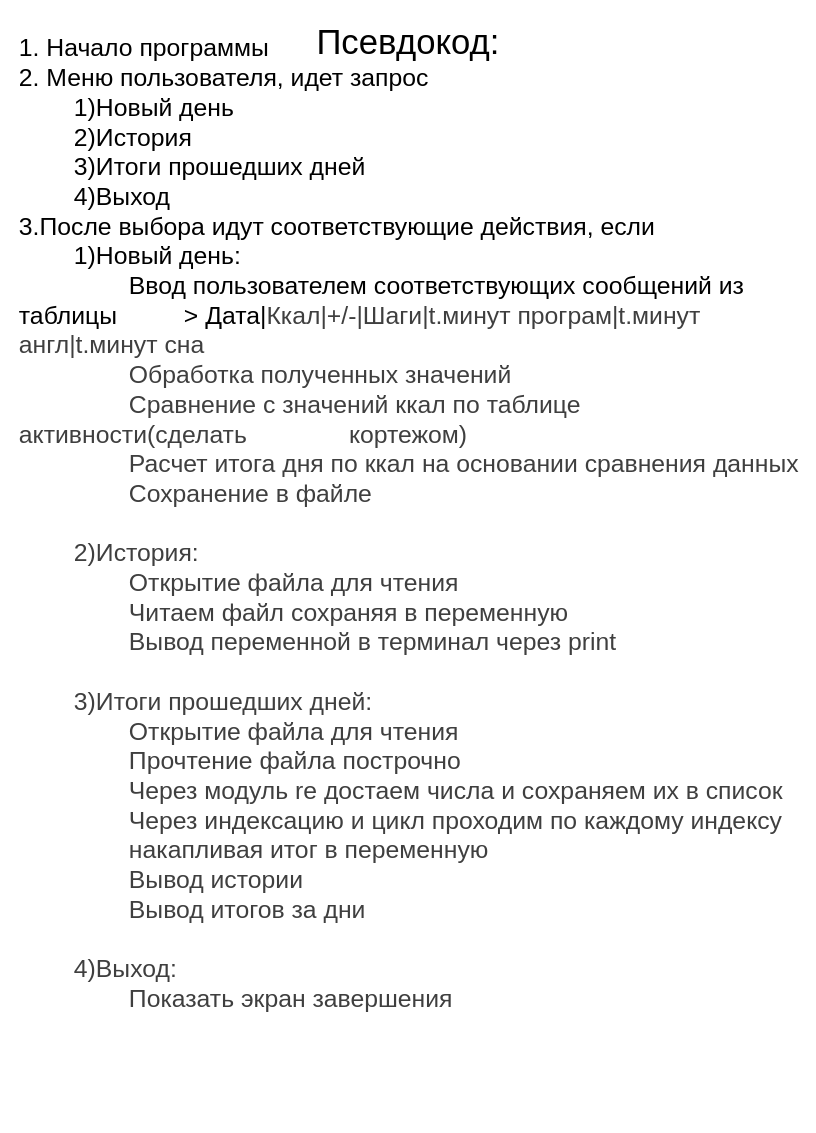
Before: deep_work/Project/Pet_project/Трекер моих привычек/Схемы.drawio in xkanistra/-, a draw.io diagram. Source tidied: cells renumbered, new cells numbered last; positions are measured from the earlier drawing's top-left corner, leaving out a move shared by most shapes. Both pictures are drawn from the tidied source at 99%, with x=0, y=0 at pixel (17, 22).
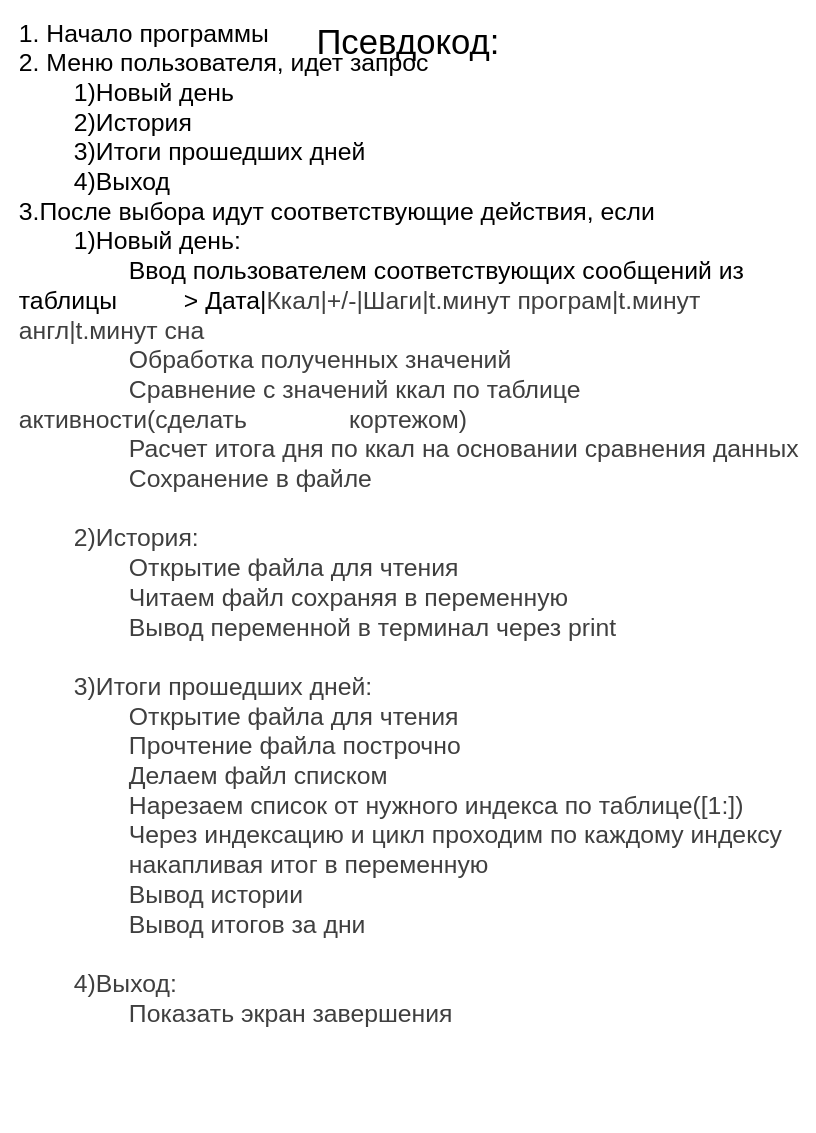
The same page after the edit.

Change to the diagram source:
```diff
@@
 <mxGraphModel>
   <root>
     <mxCell id="0" />
     <mxCell id="1" parent="0" />
     <mxCell id="2" value="&lt;font style=&quot;font-size: 35px;&quot;&gt;Псевдокод:&lt;/font&gt;" style="text;strokeColor=none;align=center;fillColor=none;html=1;verticalAlign=middle;whiteSpace=wrap;rounded=0;" parent="1" vertex="1">
       <mxGeometry width="790" height="40" as="geometry" />
     </mxCell>
-    <mxCell id="3" value="&lt;font style=&quot;font-size: 25px;&quot;&gt;1. Начало программы&lt;/font&gt;&lt;div&gt;&lt;font style=&quot;font-size: 25px;&quot;&gt;2. Меню пользователя, идет запрос&lt;/font&gt;&lt;/div&gt;&lt;div&gt;&lt;font style=&quot;font-size: 25px;&quot;&gt;&lt;span style=&quot;white-space: pre;&quot;&gt;&#9;&lt;/span&gt;1)Новый день&lt;/font&gt;&lt;/div&gt;&lt;div&gt;&lt;font style=&quot;font-size: 25px;&quot;&gt;&lt;span style=&quot;white-space: pre;&quot;&gt;&#9;&lt;/span&gt;2)История&lt;br&gt;&lt;/font&gt;&lt;/div&gt;&lt;div&gt;&lt;font style=&quot;font-size: 25px;&quot;&gt;&lt;span style=&quot;white-space: pre;&quot;&gt;&#9;&lt;/span&gt;3)Итоги прошедших дней&lt;br&gt;&lt;/font&gt;&lt;/div&gt;&lt;div&gt;&lt;font style=&quot;font-size: 25px;&quot;&gt;&lt;span style=&quot;white-space: pre;&quot;&gt;&#9;&lt;/span&gt;4)Выход&lt;br&gt;&lt;/font&gt;&lt;/div&gt;&lt;div&gt;&lt;font style=&quot;font-size: 25px;&quot;&gt;3.После выбора идут соответствующие действия, если&lt;/font&gt;&lt;/div&gt;&lt;div&gt;&lt;font style=&quot;font-size: 25px;&quot;&gt;&lt;span style=&quot;white-space: pre;&quot;&gt;&#9;&lt;/span&gt;1)Новый день:&lt;br&gt;&lt;/font&gt;&lt;/div&gt;&lt;div&gt;&lt;font style=&quot;font-size: 25px;&quot;&gt;&lt;span style=&quot;white-space: pre;&quot;&gt;&#9;&lt;/span&gt;&lt;span style=&quot;white-space: pre;&quot;&gt;&#9;&lt;/span&gt;Ввод пользователем соответствующих сообщений из таблицы&amp;nbsp; &amp;nbsp; &amp;nbsp; &amp;nbsp;&lt;span style=&quot;white-space: pre;&quot;&gt;&#9;&lt;/span&gt;&amp;gt; Дата|&lt;/font&gt;&lt;span style=&quot;color: rgb(63, 63, 63); font-size: 25px; background-color: transparent;&quot;&gt;Ккал|+/-|Шаги|t.минут програм|t.минут англ|t.минут сна&lt;/span&gt;&lt;/div&gt;&lt;div&gt;&lt;span style=&quot;color: rgb(63, 63, 63); font-size: 25px; background-color: transparent;&quot;&gt;&lt;span style=&quot;white-space: pre;&quot;&gt;&#9;&lt;/span&gt;&lt;span style=&quot;white-space: pre;&quot;&gt;&#9;&lt;/span&gt;Обработка полученных значений&lt;/span&gt;&lt;/div&gt;&lt;div&gt;&lt;span style=&quot;color: rgb(63, 63, 63); font-size: 25px; background-color: transparent;&quot;&gt;&lt;span style=&quot;white-space: pre;&quot;&gt;&#9;&lt;/span&gt;&lt;span style=&quot;white-space: pre;&quot;&gt;&#9;&lt;/span&gt;Сравнение с значений ккал по таблице активности(сделать &lt;span style=&quot;white-space: pre;&quot;&gt;&#9;&lt;/span&gt;&lt;span style=&quot;white-space: pre;&quot;&gt;&#9;&lt;/span&gt;кортежом)&lt;br&gt;&lt;/span&gt;&lt;/div&gt;&lt;div&gt;&lt;span style=&quot;color: rgb(63, 63, 63); font-size: 25px; background-color: transparent;&quot;&gt;&lt;span style=&quot;white-space: pre;&quot;&gt;&#9;&lt;/span&gt;&lt;span style=&quot;white-space: pre;&quot;&gt;&#9;&lt;/span&gt;Расчет итога дня по ккал на основании сравнения данных&lt;br&gt;&lt;/span&gt;&lt;/div&gt;&lt;div&gt;&lt;span style=&quot;color: rgb(63, 63, 63); font-size: 25px; background-color: transparent;&quot;&gt;&lt;span style=&quot;white-space: pre;&quot;&gt;&#9;&lt;/span&gt;&lt;span style=&quot;white-space: pre;&quot;&gt;&#9;&lt;/span&gt;Сохранение в файле&lt;br&gt;&lt;/span&gt;&lt;/div&gt;&lt;div&gt;&lt;span style=&quot;color: rgb(63, 63, 63); font-size: 25px; background-color: transparent;&quot;&gt;&lt;br&gt;&lt;/span&gt;&lt;/div&gt;&lt;div&gt;&lt;span style=&quot;color: rgb(63, 63, 63); font-size: 25px; background-color: transparent;&quot;&gt;&lt;span style=&quot;white-space: pre;&quot;&gt;&#9;&lt;/span&gt;2)История:&lt;br&gt;&lt;/span&gt;&lt;/div&gt;&lt;div&gt;&lt;span style=&quot;color: rgb(63, 63, 63); font-size: 25px; background-color: transparent;&quot;&gt;&lt;span style=&quot;white-space: pre;&quot;&gt;&#9;&lt;/span&gt;&lt;span style=&quot;white-space: pre;&quot;&gt;&#9;&lt;/span&gt;Открытие файла для чтения&lt;br&gt;&lt;/span&gt;&lt;/div&gt;&lt;div&gt;&lt;span style=&quot;color: rgb(63, 63, 63); font-size: 25px; background-color: transparent;&quot;&gt;&lt;span style=&quot;white-space: pre;&quot;&gt;&#9;&lt;/span&gt;&lt;span style=&quot;white-space: pre;&quot;&gt;&#9;&lt;/span&gt;Читаем файл сохраняя в переменную&lt;/span&gt;&lt;/div&gt;&lt;div&gt;&lt;span style=&quot;color: rgb(63, 63, 63); font-size: 25px; background-color: transparent;&quot;&gt;&lt;span style=&quot;white-space: pre;&quot;&gt;&#9;&lt;/span&gt;&lt;span style=&quot;white-space: pre;&quot;&gt;&#9;&lt;/span&gt;Вывод переменной в терминал через print&lt;br&gt;&lt;/span&gt;&lt;/div&gt;&lt;div&gt;&lt;span style=&quot;color: rgb(63, 63, 63); font-size: 25px; background-color: transparent;&quot;&gt;&lt;span style=&quot;white-space: pre;&quot;&gt;&#9;&lt;span style=&quot;white-space: pre;&quot;&gt;&#9;&lt;/span&gt;&lt;span style=&quot;white-space: pre;&quot;&gt;&#9;&lt;/span&gt;&lt;/span&gt;&lt;/span&gt;&lt;/div&gt;&lt;div&gt;&lt;span style=&quot;color: rgb(63, 63, 63); font-size: 25px; background-color: transparent;&quot;&gt;&lt;span style=&quot;white-space: pre;&quot;&gt;&#9;&lt;/span&gt;3)Итоги прошедших дней:&lt;br&gt;&lt;/span&gt;&lt;/div&gt;&lt;div&gt;&lt;span style=&quot;color: rgb(63, 63, 63); font-size: 25px; background-color: transparent;&quot;&gt;&lt;span style=&quot;white-space: pre;&quot;&gt;&#9;&lt;/span&gt;&lt;span style=&quot;white-space: pre;&quot;&gt;&#9;&lt;/span&gt;Открытие файла для чтения&lt;br&gt;&lt;/span&gt;&lt;/div&gt;&lt;div&gt;&lt;span style=&quot;color: rgb(63, 63, 63); font-size: 25px; background-color: transparent;&quot;&gt;&lt;span style=&quot;white-space: pre;&quot;&gt;&#9;&lt;/span&gt;&lt;span style=&quot;white-space: pre;&quot;&gt;&#9;&lt;/span&gt;Прочтение файла построчно&amp;nbsp;&lt;br&gt;&lt;/span&gt;&lt;/div&gt;&lt;div&gt;&lt;span style=&quot;color: rgb(63, 63, 63); font-size: 25px; background-color: transparent;&quot;&gt;&lt;span style=&quot;white-space: pre;&quot;&gt;&#9;&lt;/span&gt;&lt;span style=&quot;white-space: pre;&quot;&gt;&#9;&lt;/span&gt;Через модуль re достаем числа и сохраняем их в список&lt;br&gt;&lt;/span&gt;&lt;/div&gt;&lt;div&gt;&lt;span style=&quot;color: rgb(63, 63, 63); font-size: 25px; background-color: transparent;&quot;&gt;&lt;span style=&quot;white-space: pre;&quot;&gt;&#9;&lt;/span&gt;&lt;span style=&quot;white-space: pre;&quot;&gt;&#9;&lt;/span&gt;Через индексацию и цикл проходим по каждому индексу&lt;br&gt;&lt;/span&gt;&lt;/div&gt;&lt;div&gt;&lt;span style=&quot;color: rgb(63, 63, 63); font-size: 25px; background-color: transparent;&quot;&gt;&lt;span style=&quot;white-space: pre;&quot;&gt;&#9;&lt;/span&gt;&lt;span style=&quot;white-space: pre;&quot;&gt;&#9;&lt;/span&gt;накапливая итог в переменную&lt;br&gt;&lt;/span&gt;&lt;/div&gt;&lt;div&gt;&lt;span style=&quot;color: rgb(63, 63, 63); font-size: 25px; background-color: transparent;&quot;&gt;&lt;span style=&quot;white-space: pre;&quot;&gt;&#9;&lt;/span&gt;&lt;span style=&quot;white-space: pre;&quot;&gt;&#9;&lt;/span&gt;Вывод истории&lt;br&gt;&lt;/span&gt;&lt;/div&gt;&lt;div&gt;&lt;span style=&quot;color: rgb(63, 63, 63); font-size: 25px; background-color: transparent;&quot;&gt;&lt;span style=&quot;white-space: pre;&quot;&gt;&#9;&lt;/span&gt;&lt;span style=&quot;white-space: pre;&quot;&gt;&#9;&lt;/span&gt;Вывод итогов за дни&lt;br&gt;&lt;/span&gt;&lt;/div&gt;&lt;div&gt;&lt;span style=&quot;color: rgb(63, 63, 63); font-size: 25px; background-color: transparent;&quot;&gt;&lt;br&gt;&lt;/span&gt;&lt;/div&gt;&lt;div&gt;&lt;span style=&quot;color: rgb(63, 63, 63); font-size: 25px; background-color: transparent;&quot;&gt;&lt;span style=&quot;white-space: pre;&quot;&gt;&#9;&lt;/span&gt;4)Выход:&lt;br&gt;&lt;/span&gt;&lt;/div&gt;&lt;div&gt;&lt;span style=&quot;color: rgb(63, 63, 63); font-size: 25px; background-color: transparent;&quot;&gt;&lt;span style=&quot;white-space: pre;&quot;&gt;&#9;&lt;/span&gt;&lt;span style=&quot;white-space: pre;&quot;&gt;&#9;&lt;/span&gt;Показать экран завершения&lt;br&gt;&lt;/span&gt;&lt;/div&gt;&lt;div&gt;&lt;span style=&quot;color: rgb(63, 63, 63); font-size: 25px; background-color: transparent;&quot;&gt;&lt;span style=&quot;white-space: pre;&quot;&gt;&#9;&lt;/span&gt;&lt;span style=&quot;white-space: pre;&quot;&gt;&#9;&lt;/span&gt;&lt;br&gt;&lt;/span&gt;&lt;/div&gt;&lt;div&gt;&lt;font style=&quot;font-size: 25px;&quot;&gt;&lt;span style=&quot;white-space: pre;&quot;&gt;&#9;&lt;/span&gt;&lt;br&gt;&lt;/font&gt;&lt;/div&gt;&lt;div&gt;&lt;font style=&quot;font-size: 25px;&quot;&gt;&lt;br&gt;&lt;/font&gt;&lt;/div&gt;" style="text;strokeColor=none;align=left;fillColor=none;html=1;verticalAlign=middle;whiteSpace=wrap;rounded=0;" parent="1" vertex="1">
+    <mxCell id="3" value="&lt;font style=&quot;font-size: 25px;&quot;&gt;1. Начало программы&lt;/font&gt;&lt;div&gt;&lt;font style=&quot;font-size: 25px;&quot;&gt;2. Меню пользователя, идет запрос&lt;/font&gt;&lt;/div&gt;&lt;div&gt;&lt;font style=&quot;font-size: 25px;&quot;&gt;&lt;span style=&quot;white-space: pre;&quot;&gt;&#9;&lt;/span&gt;1)Новый день&lt;/font&gt;&lt;/div&gt;&lt;div&gt;&lt;font style=&quot;font-size: 25px;&quot;&gt;&lt;span style=&quot;white-space: pre;&quot;&gt;&#9;&lt;/span&gt;2)История&lt;br&gt;&lt;/font&gt;&lt;/div&gt;&lt;div&gt;&lt;font style=&quot;font-size: 25px;&quot;&gt;&lt;span style=&quot;white-space: pre;&quot;&gt;&#9;&lt;/span&gt;3)Итоги прошедших дней&lt;br&gt;&lt;/font&gt;&lt;/div&gt;&lt;div&gt;&lt;font style=&quot;font-size: 25px;&quot;&gt;&lt;span style=&quot;white-space: pre;&quot;&gt;&#9;&lt;/span&gt;4)Выход&lt;br&gt;&lt;/font&gt;&lt;/div&gt;&lt;div&gt;&lt;font style=&quot;font-size: 25px;&quot;&gt;3.После выбора идут соответствующие действия, если&lt;/font&gt;&lt;/div&gt;&lt;div&gt;&lt;font style=&quot;font-size: 25px;&quot;&gt;&lt;span style=&quot;white-space: pre;&quot;&gt;&#9;&lt;/span&gt;1)Новый день:&lt;br&gt;&lt;/font&gt;&lt;/div&gt;&lt;div&gt;&lt;font style=&quot;font-size: 25px;&quot;&gt;&lt;span style=&quot;white-space: pre;&quot;&gt;&#9;&lt;/span&gt;&lt;span style=&quot;white-space: pre;&quot;&gt;&#9;&lt;/span&gt;Ввод пользователем соответствующих сообщений из таблицы&amp;nbsp; &amp;nbsp; &amp;nbsp; &amp;nbsp;&lt;span style=&quot;white-space: pre;&quot;&gt;&#9;&lt;/span&gt;&amp;gt; Дата|&lt;/font&gt;&lt;span style=&quot;color: rgb(63, 63, 63); font-size: 25px; background-color: transparent;&quot;&gt;Ккал|+/-|Шаги|t.минут програм|t.минут англ|t.минут сна&lt;/span&gt;&lt;/div&gt;&lt;div&gt;&lt;span style=&quot;color: rgb(63, 63, 63); font-size: 25px; background-color: transparent;&quot;&gt;&lt;span style=&quot;white-space: pre;&quot;&gt;&#9;&lt;/span&gt;&lt;span style=&quot;white-space: pre;&quot;&gt;&#9;&lt;/span&gt;Обработка полученных значений&lt;/span&gt;&lt;/div&gt;&lt;div&gt;&lt;span style=&quot;color: rgb(63, 63, 63); font-size: 25px; background-color: transparent;&quot;&gt;&lt;span style=&quot;white-space: pre;&quot;&gt;&#9;&lt;/span&gt;&lt;span style=&quot;white-space: pre;&quot;&gt;&#9;&lt;/span&gt;Сравнение с значений ккал по таблице активности(сделать &lt;span style=&quot;white-space: pre;&quot;&gt;&#9;&lt;/span&gt;&lt;span style=&quot;white-space: pre;&quot;&gt;&#9;&lt;/span&gt;кортежом)&lt;br&gt;&lt;/span&gt;&lt;/div&gt;&lt;div&gt;&lt;span style=&quot;color: rgb(63, 63, 63); font-size: 25px; background-color: transparent;&quot;&gt;&lt;span style=&quot;white-space: pre;&quot;&gt;&#9;&lt;/span&gt;&lt;span style=&quot;white-space: pre;&quot;&gt;&#9;&lt;/span&gt;Расчет итога дня по ккал на основании сравнения данных&lt;br&gt;&lt;/span&gt;&lt;/div&gt;&lt;div&gt;&lt;span style=&quot;color: rgb(63, 63, 63); font-size: 25px; background-color: transparent;&quot;&gt;&lt;span style=&quot;white-space: pre;&quot;&gt;&#9;&lt;/span&gt;&lt;span style=&quot;white-space: pre;&quot;&gt;&#9;&lt;/span&gt;Сохранение в файле&lt;br&gt;&lt;/span&gt;&lt;/div&gt;&lt;div&gt;&lt;span style=&quot;color: rgb(63, 63, 63); font-size: 25px; background-color: transparent;&quot;&gt;&lt;br&gt;&lt;/span&gt;&lt;/div&gt;&lt;div&gt;&lt;span style=&quot;color: rgb(63, 63, 63); font-size: 25px; background-color: transparent;&quot;&gt;&lt;span style=&quot;white-space: pre;&quot;&gt;&#9;&lt;/span&gt;2)История:&lt;br&gt;&lt;/span&gt;&lt;/div&gt;&lt;div&gt;&lt;span style=&quot;color: rgb(63, 63, 63); font-size: 25px; background-color: transparent;&quot;&gt;&lt;span style=&quot;white-space: pre;&quot;&gt;&#9;&lt;/span&gt;&lt;span style=&quot;white-space: pre;&quot;&gt;&#9;&lt;/span&gt;Открытие файла для чтения&lt;br&gt;&lt;/span&gt;&lt;/div&gt;&lt;div&gt;&lt;span style=&quot;color: rgb(63, 63, 63); font-size: 25px; background-color: transparent;&quot;&gt;&lt;span style=&quot;white-space: pre;&quot;&gt;&#9;&lt;/span&gt;&lt;span style=&quot;white-space: pre;&quot;&gt;&#9;&lt;/span&gt;Читаем файл сохраняя в переменную&lt;/span&gt;&lt;/div&gt;&lt;div&gt;&lt;span style=&quot;color: rgb(63, 63, 63); font-size: 25px; background-color: transparent;&quot;&gt;&lt;span style=&quot;white-space: pre;&quot;&gt;&#9;&lt;/span&gt;&lt;span style=&quot;white-space: pre;&quot;&gt;&#9;&lt;/span&gt;Вывод переменной в терминал через print&lt;br&gt;&lt;/span&gt;&lt;/div&gt;&lt;div&gt;&lt;span style=&quot;color: rgb(63, 63, 63); font-size: 25px; background-color: transparent;&quot;&gt;&lt;span style=&quot;white-space: pre;&quot;&gt;&#9;&lt;span style=&quot;white-space: pre;&quot;&gt;&#9;&lt;/span&gt;&lt;span style=&quot;white-space: pre;&quot;&gt;&#9;&lt;/span&gt;&lt;/span&gt;&lt;/span&gt;&lt;/div&gt;&lt;div&gt;&lt;span style=&quot;color: rgb(63, 63, 63); font-size: 25px; background-color: transparent;&quot;&gt;&lt;span style=&quot;white-space: pre;&quot;&gt;&#9;&lt;/span&gt;3)Итоги прошедших дней:&lt;br&gt;&lt;/span&gt;&lt;/div&gt;&lt;div&gt;&lt;span style=&quot;color: rgb(63, 63, 63); font-size: 25px; background-color: transparent;&quot;&gt;&lt;span style=&quot;white-space: pre;&quot;&gt;&#9;&lt;/span&gt;&lt;span style=&quot;white-space: pre;&quot;&gt;&#9;&lt;/span&gt;Открытие файла для чтения&lt;br&gt;&lt;/span&gt;&lt;/div&gt;&lt;div&gt;&lt;span style=&quot;color: rgb(63, 63, 63); font-size: 25px; background-color: transparent;&quot;&gt;&lt;span style=&quot;white-space: pre;&quot;&gt;&#9;&lt;/span&gt;&lt;span style=&quot;white-space: pre;&quot;&gt;&#9;&lt;/span&gt;Прочтение файла построчно&amp;nbsp;&lt;br&gt;&lt;/span&gt;&lt;/div&gt;&lt;div&gt;&lt;span style=&quot;color: rgb(63, 63, 63); font-size: 25px; background-color: transparent;&quot;&gt;&lt;span style=&quot;white-space: pre;&quot;&gt;&#9;&lt;/span&gt;&lt;span style=&quot;white-space: pre;&quot;&gt;&#9;&lt;/span&gt;Делаем файл списком&lt;br&gt;&lt;/span&gt;&lt;/div&gt;&lt;div&gt;&lt;span style=&quot;color: rgb(63, 63, 63); font-size: 25px; background-color: transparent;&quot;&gt;&lt;span style=&quot;white-space: pre;&quot;&gt;&#9;&lt;/span&gt;&lt;span style=&quot;white-space: pre;&quot;&gt;&#9;&lt;/span&gt;Нарезаем список от нужного индекса по таблице([1:])&lt;br&gt;&lt;/span&gt;&lt;/div&gt;&lt;div&gt;&lt;span style=&quot;color: rgb(63, 63, 63); font-size: 25px; background-color: transparent;&quot;&gt;&lt;span style=&quot;white-space: pre;&quot;&gt;&#9;&lt;/span&gt;&lt;span style=&quot;white-space: pre;&quot;&gt;&#9;&lt;/span&gt;Через индексацию и цикл проходим по каждому индексу&lt;br&gt;&lt;/span&gt;&lt;/div&gt;&lt;div&gt;&lt;span style=&quot;color: rgb(63, 63, 63); font-size: 25px; background-color: transparent;&quot;&gt;&lt;span style=&quot;white-space: pre;&quot;&gt;&#9;&lt;/span&gt;&lt;span style=&quot;white-space: pre;&quot;&gt;&#9;&lt;/span&gt;накапливая итог в переменную&lt;br&gt;&lt;/span&gt;&lt;/div&gt;&lt;div&gt;&lt;span style=&quot;color: rgb(63, 63, 63); font-size: 25px; background-color: transparent;&quot;&gt;&lt;span style=&quot;white-space: pre;&quot;&gt;&#9;&lt;/span&gt;&lt;span style=&quot;white-space: pre;&quot;&gt;&#9;&lt;/span&gt;Вывод истории&lt;br&gt;&lt;/span&gt;&lt;/div&gt;&lt;div&gt;&lt;span style=&quot;color: rgb(63, 63, 63); font-size: 25px; background-color: transparent;&quot;&gt;&lt;span style=&quot;white-space: pre;&quot;&gt;&#9;&lt;/span&gt;&lt;span style=&quot;white-space: pre;&quot;&gt;&#9;&lt;/span&gt;Вывод итогов за дни&lt;br&gt;&lt;/span&gt;&lt;/div&gt;&lt;div&gt;&lt;span style=&quot;color: rgb(63, 63, 63); font-size: 25px; background-color: transparent;&quot;&gt;&lt;br&gt;&lt;/span&gt;&lt;/div&gt;&lt;div&gt;&lt;span style=&quot;color: rgb(63, 63, 63); font-size: 25px; background-color: transparent;&quot;&gt;&lt;span style=&quot;white-space: pre;&quot;&gt;&#9;&lt;/span&gt;4)Выход:&lt;br&gt;&lt;/span&gt;&lt;/div&gt;&lt;div&gt;&lt;span style=&quot;color: rgb(63, 63, 63); font-size: 25px; background-color: transparent;&quot;&gt;&lt;span style=&quot;white-space: pre;&quot;&gt;&#9;&lt;/span&gt;&lt;span style=&quot;white-space: pre;&quot;&gt;&#9;&lt;/span&gt;Показать экран завершения&lt;br&gt;&lt;/span&gt;&lt;/div&gt;&lt;div&gt;&lt;span style=&quot;color: rgb(63, 63, 63); font-size: 25px; background-color: transparent;&quot;&gt;&lt;span style=&quot;white-space: pre;&quot;&gt;&#9;&lt;/span&gt;&lt;span style=&quot;white-space: pre;&quot;&gt;&#9;&lt;/span&gt;&lt;br&gt;&lt;/span&gt;&lt;/div&gt;&lt;div&gt;&lt;font style=&quot;font-size: 25px;&quot;&gt;&lt;span style=&quot;white-space: pre;&quot;&gt;&#9;&lt;/span&gt;&lt;br&gt;&lt;/font&gt;&lt;/div&gt;&lt;div&gt;&lt;font style=&quot;font-size: 25px;&quot;&gt;&lt;br&gt;&lt;/font&gt;&lt;/div&gt;" style="text;strokeColor=none;align=left;fillColor=none;html=1;verticalAlign=middle;whiteSpace=wrap;rounded=0;" parent="1" vertex="1">
       <mxGeometry y="50" width="790" height="1000" as="geometry" />
     </mxCell>
   </root>
 </mxGraphModel>
```
